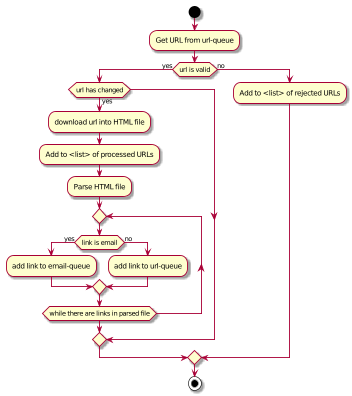
The PlantUML diagram design/diagrams/urlhandler.png in brochwerger/crawler, before a commit.
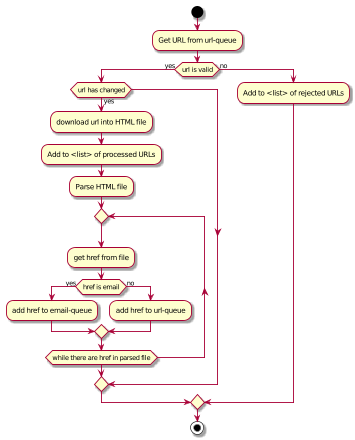
After the change.

Commit message:
Added missing step

Change to the diagram source:
```diff
@@ -8,12 +8,13 @@
   :Add to <list> of processed URLs;
   :Parse HTML file;
   repeat
-    if (link is email) then (yes)
-      :add link to email-queue;
+    :get href from file;
+    if (href is email) then (yes)
+      :add href to email-queue;
     else (no)
-      :add link to url-queue;
+      :add href to url-queue;
     endif
-  repeat while (while there are links in parsed file)
+  repeat while (while there are href in parsed file)
 endif
 else (no)
  :Add to <list> of rejected URLs;
```
